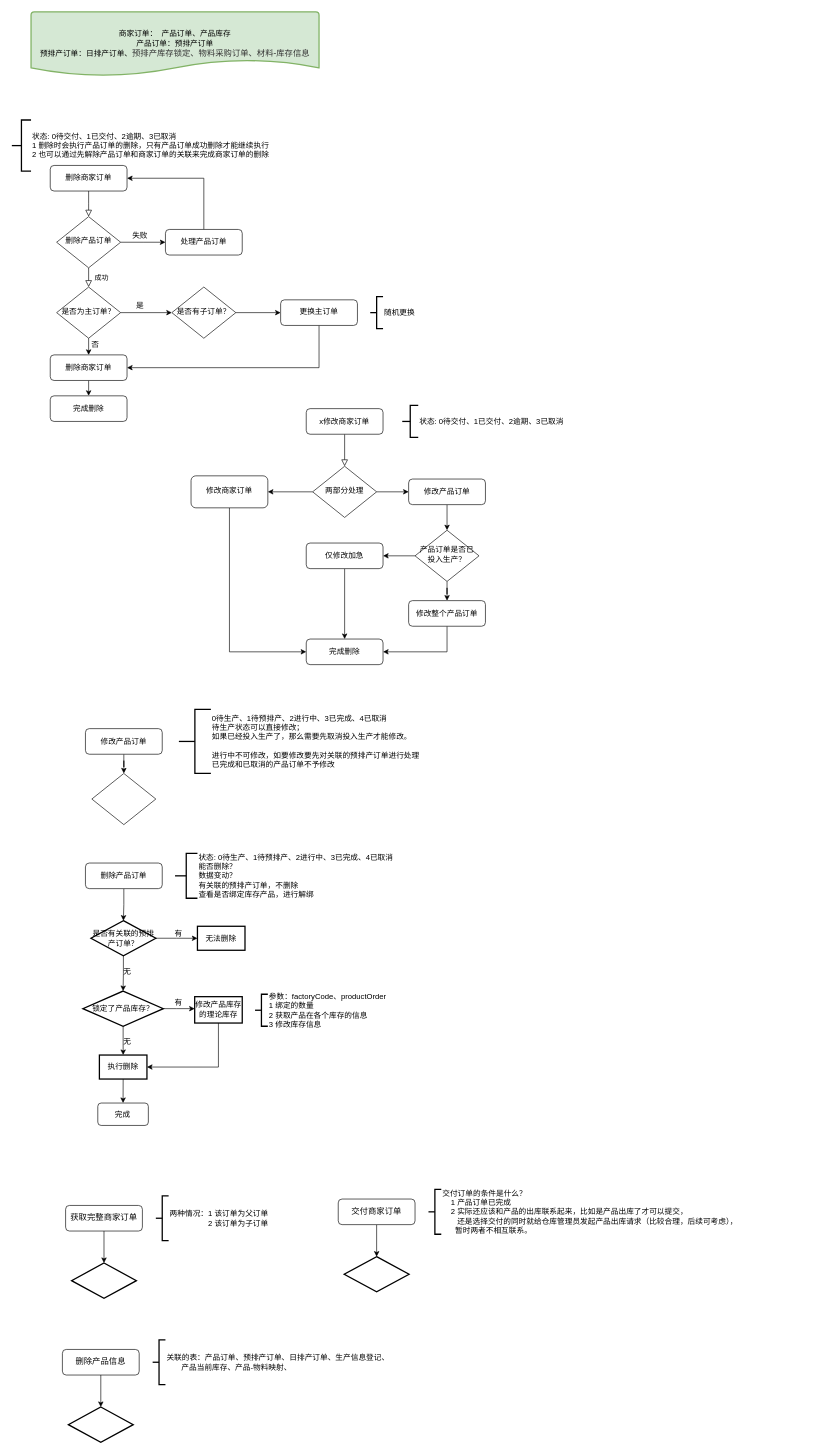
Above: img/流程图.drawio in OldQi/first_rpo (draw.io), before the change. Source tidied: cells renumbered, new cells numbered last; positions are measured from the earlier drawing's top-left corner, leaving out a move shared by most shapes. Both pictures are drawn from the tidied source at 64%, with x=0, y=0 at pixel (12, 12).
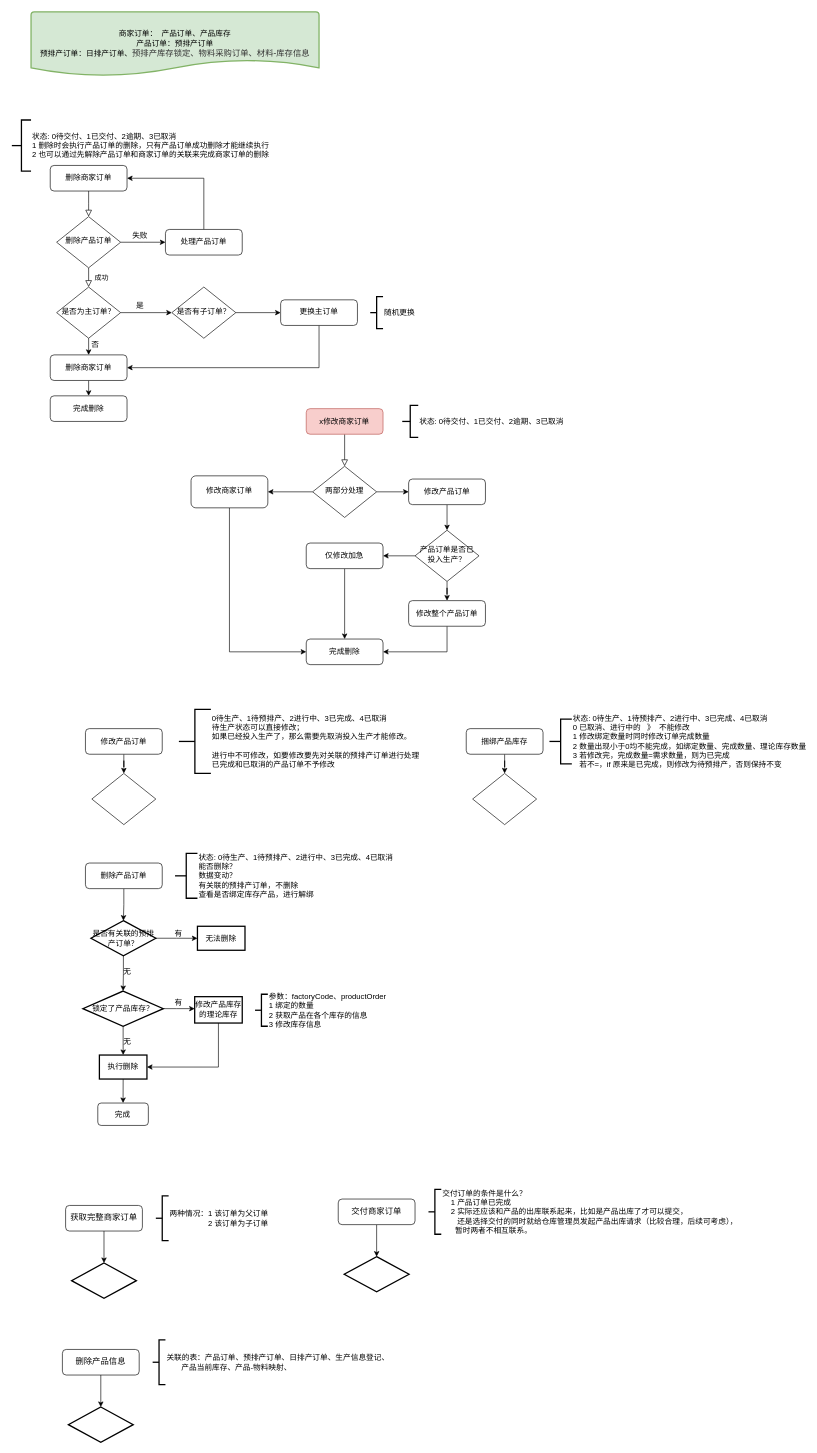
The same page after the edit.

Commit message:
更新流程图.drawio

What changed in the source:
```diff
@@
-    <mxCell id="9" value="x修改商家订单" style="rounded=1;whiteSpace=wrap;html=1;fontSize=12;glass=0;strokeWidth=1;shadow=0;" parent="1" vertex="1">
+    <mxCell id="9" value="x修改商家订单" style="rounded=1;whiteSpace=wrap;html=1;fontSize=12;glass=0;strokeWidth=1;shadow=0;fillColor=#f8cecc;strokeColor=#b85450;" parent="1" vertex="1">
       <mxGeometry x="460" y="620" width="120" height="40" as="geometry" />
     </mxCell>
@@
+    <mxCell id="79" style="edgeStyle=orthogonalEdgeStyle;rounded=0;jettySize=auto;html=1;entryX=0.5;entryY=0;entryDx=0;entryDy=0;" parent="1" edge="1" source="80" target="81">
+      <mxGeometry relative="1" as="geometry" />
+    </mxCell>
+    <mxCell id="80" value="捆绑产品库存" style="rounded=1;whiteSpace=wrap;html=1;fontSize=12;glass=0;strokeWidth=1;shadow=0;" parent="1" vertex="1">
+      <mxGeometry x="710" y="1120" width="120" height="40" as="geometry" />
+    </mxCell>
+    <mxCell id="81" style="rhombus;whiteSpace=wrap;html=1;shadow=0;fontFamily=Helvetica;fontSize=12;align=center;strokeWidth=1;spacing=6;spacingTop=-4;" parent="1" vertex="1">
+      <mxGeometry x="720" y="1190" width="100" height="80" as="geometry" />
+    </mxCell>
+    <mxCell id="82" value="状态: 0待生产、1待预排产、2进行中、3已完成、4已取消&lt;br&gt;0 已取消、进行中的&amp;nbsp; &amp;nbsp;》&amp;nbsp; 不能修改&lt;br&gt;1 修改绑定数量时同时修改订单完成数量&lt;br&gt;2 数量出现小于0均不能完成，如绑定数量、完成数量、理论库存数量&lt;br&gt;3 若修改完，完成数量=需求数量，则为已完成&lt;br&gt;&amp;nbsp; &amp;nbsp;若不=，if 原来是已完成，则修改为待预排产，否则保持不变" style="strokeWidth=2;html=1;shape=mxgraph.flowchart.annotation_2;align=left;labelPosition=right;" parent="1" vertex="1">
+      <mxGeometry x="840" y="1105" width="35" height="70" as="geometry" />
+    </mxCell>
```
